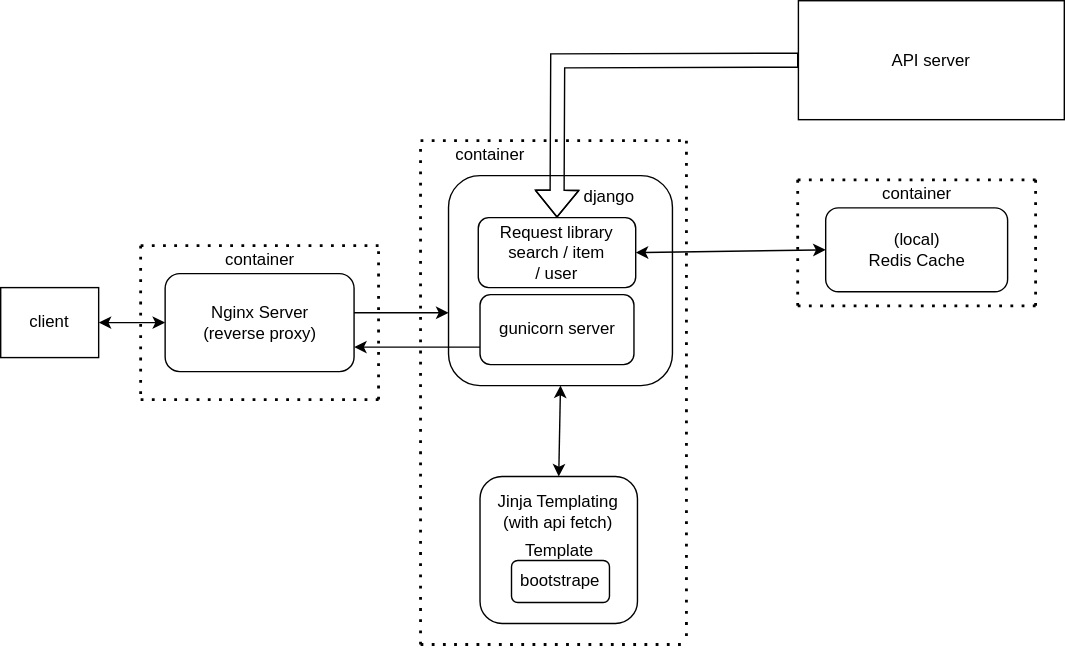
Before: Diagram.svg, a diagram exported from draw.io (Pratcode/hnclient). Source tidied: cells renumbered, new cells last; positions are measured from the earlier drawing's top-left corner, leaving out a move shared by most shapes.
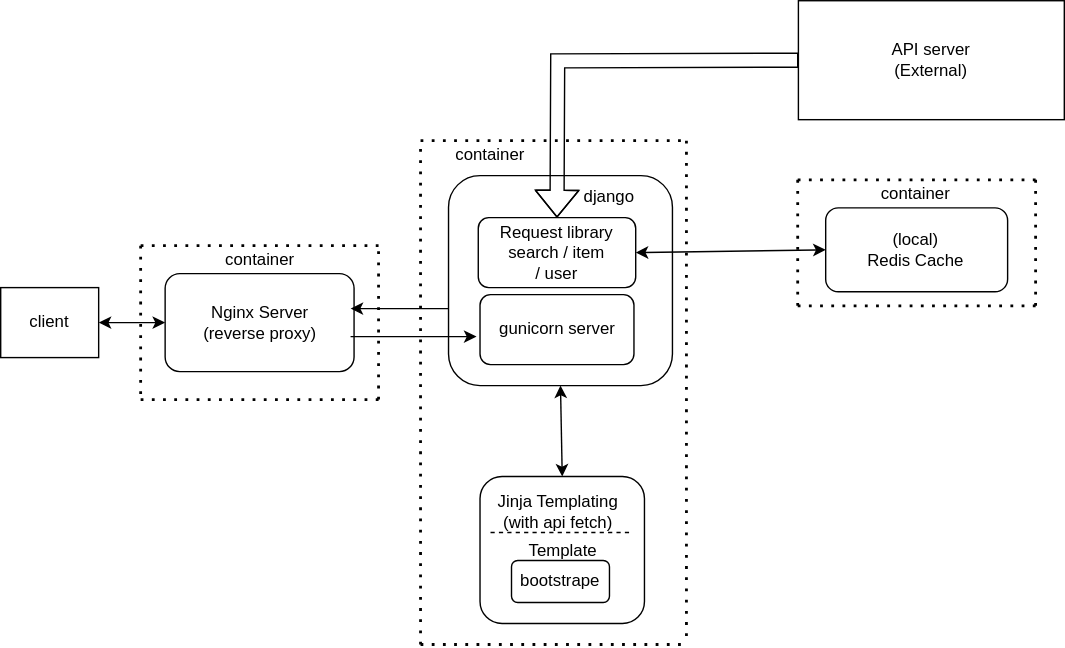
The same diagram one commit later.

Change to the diagram source:
```diff
@@ -21,9 +21,10 @@
         </Array>
       </mxGeometry>
     </mxCell>
-    <mxCell id="7" style="endArrow=classic;html=1;rounded=0;exitX=1;exitY=0.4;exitDx=0;exitDy=0;exitPerimeter=0;" parent="1" edge="1" source="3">
+    <mxCell id="7" style="endArrow=classic;html=1;rounded=0;" parent="1" edge="1">
       <mxGeometry relative="1" as="geometry">
-        <mxPoint x="320" y="223" as="targetPoint" />
+        <mxPoint x="250" y="240" as="sourcePoint" />
+        <mxPoint x="340" y="240" as="targetPoint" />
       </mxGeometry>
     </mxCell>
     <mxCell id="8" value="client " style="rounded=0;whiteSpace=wrap;html=1;" parent="1" vertex="1">
@@ -32,8 +33,11 @@
     <mxCell id="9" style="endArrow=classic;startArrow=classic;html=1;rounded=0;exitX=1;exitY=0.5;exitDx=0;exitDy=0;entryX=0;entryY=0.5;entryDx=0;entryDy=0;" parent="1" edge="1" source="8" target="3">
       <mxGeometry relative="1" as="geometry" />
     </mxCell>
-    <mxCell id="10" style="endArrow=classic;html=1;rounded=0;entryX=1;entryY=0.75;entryDx=0;entryDy=0;exitX=0;exitY=0.75;exitDx=0;exitDy=0;" parent="1" edge="1" source="11" target="3">
-      <mxGeometry relative="1" as="geometry" />
+    <mxCell id="10" style="endArrow=classic;html=1;rounded=0;" parent="1" edge="1">
+      <mxGeometry relative="1" as="geometry">
+        <mxPoint x="320" y="220" as="sourcePoint" />
+        <mxPoint x="250" y="220" as="targetPoint" />
+      </mxGeometry>
     </mxCell>
     <mxCell id="11" value="gunicorn server" style="rounded=1;whiteSpace=wrap;html=1;" parent="1" vertex="1">
       <mxGeometry x="342.5" y="210" width="110" height="50" as="geometry" />
@@ -42,7 +46,7 @@
       <mxGeometry x="341.2" y="155" width="112.5" height="50" as="geometry" />
     </mxCell>
     <mxCell id="13" value="&lt;p style=&quot;line-height: 130%;&quot;&gt;Template&lt;/p&gt;" style="rounded=1;whiteSpace=wrap;html=1;" parent="1" vertex="1">
-      <mxGeometry x="342.5" y="340" width="112.5" height="105" as="geometry" />
+      <mxGeometry x="342.5" y="340" width="117.5" height="105" as="geometry" />
     </mxCell>
     <mxCell id="14" value="bootstrape" style="rounded=1;whiteSpace=wrap;html=1;" parent="1" vertex="1">
       <mxGeometry x="365" y="400" width="70" height="30" as="geometry" />
@@ -128,7 +132,7 @@
         <mxPoint x="739.5" y="218" as="targetPoint" />
       </mxGeometry>
     </mxCell>
-    <mxCell id="30" value="API server" style="rounded=0;whiteSpace=wrap;html=1;" parent="1" vertex="1">
+    <mxCell id="30" value="&lt;div&gt;API server&lt;/div&gt;&lt;div&gt;(External)&lt;br&gt;&lt;/div&gt;" style="rounded=0;whiteSpace=wrap;html=1;" parent="1" vertex="1">
       <mxGeometry x="570" width="190" height="85" as="geometry" />
     </mxCell>
     <mxCell id="31" value="&lt;div&gt;container&lt;/div&gt;" style="text;html=1;strokeColor=none;fillColor=none;align=center;verticalAlign=middle;whiteSpace=wrap;rounded=0;" parent="1" vertex="1">
@@ -143,5 +147,11 @@
     <mxCell id="34" value="django" style="text;html=1;strokeColor=none;fillColor=none;align=center;verticalAlign=middle;whiteSpace=wrap;rounded=0;" parent="1" vertex="1">
       <mxGeometry x="405" y="125" width="60" height="30" as="geometry" />
     </mxCell>
+    <mxCell id="35" style="endArrow=none;dashed=1;html=1;rounded=0;" parent="1" edge="1">
+      <mxGeometry relative="1" as="geometry">
+        <mxPoint x="350" y="380" as="sourcePoint" />
+        <mxPoint x="450" y="380" as="targetPoint" />
+      </mxGeometry>
+    </mxCell>
   </root>
 </mxGraphModel>
```
